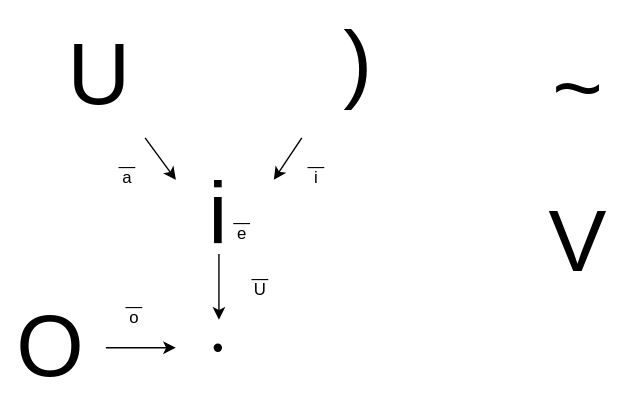
Above: drawio/简而名音标.drawio.svg in LoongLeeX/LoongLeeX.github.io (draw.io), before the change. Source tidied: cells renumbered, new cells last; positions are measured from the earlier drawing's top-left corner, leaving out a move shared by most shapes.
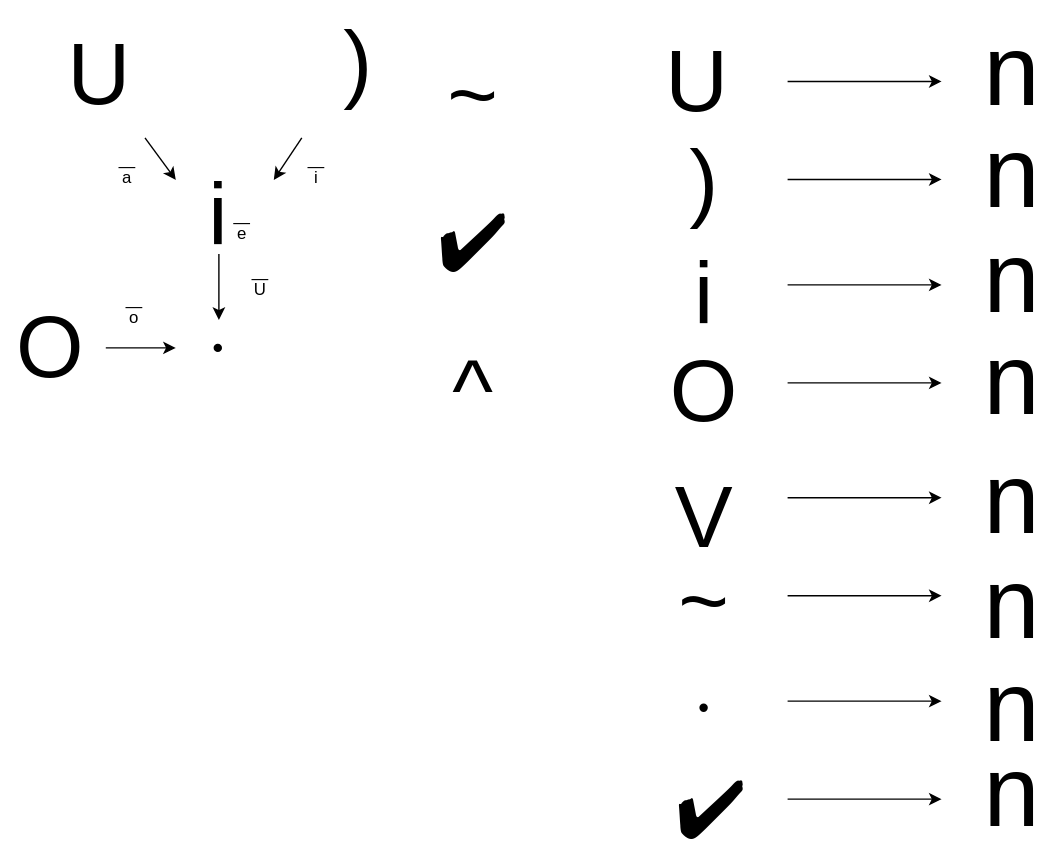
Above is the later version.

Commit message:
deploy: LoongLeeX/Blog-Hugo@3dc93d24ff51387e964cc54d32fe5365ff14962a

What changed in the source:
```diff
@@ -14,11 +14,11 @@
     <mxCell id="5" value="O" style="text;html=1;align=center;verticalAlign=middle;strokeColor=none;fillColor=none;fontSize=62;" parent="1" vertex="1">
       <mxGeometry y="203" width="70" height="90" as="geometry" />
     </mxCell>
-    <mxCell id="6" value="V" style="text;html=1;align=center;verticalAlign=middle;strokeColor=none;fillColor=none;fontSize=62;" parent="1" vertex="1">
-      <mxGeometry x="382" y="128" width="60" height="90" as="geometry" />
+    <mxCell id="6" value="✔️" style="text;html=1;align=center;verticalAlign=middle;strokeColor=none;fillColor=none;fontSize=55;" parent="1" vertex="1">
+      <mxGeometry x="297" y="130" width="80" height="80" as="geometry" />
     </mxCell>
     <mxCell id="7" value="~" style="text;html=1;align=center;verticalAlign=middle;strokeColor=none;fillColor=none;fontSize=62;" parent="1" vertex="1">
-      <mxGeometry x="382" y="18" width="60" height="90" as="geometry" />
+      <mxGeometry x="307" y="23" width="60" height="90" as="geometry" />
     </mxCell>
     <mxCell id="8" style="endArrow=classic;html=1;rounded=0;" parent="1" edge="1" source="3">
       <mxGeometry relative="1" as="geometry">
@@ -61,5 +61,104 @@
     <mxCell id="17" value="&lt;p style=&quot;line-height: 60%;&quot;&gt;—&lt;br&gt;e&lt;/p&gt;" style="text;html=1;align=center;verticalAlign=middle;strokeColor=none;fillColor=none;" parent="1" vertex="1">
       <mxGeometry x="152" y="138" width="40" height="50" as="geometry" />
     </mxCell>
+    <mxCell id="18" value="i" style="text;html=1;align=center;verticalAlign=middle;strokeColor=none;fillColor=none;fontSize=62;" parent="1" vertex="1">
+      <mxGeometry x="482" y="165" width="40" height="90" as="geometry" />
+    </mxCell>
+    <mxCell id="19" value="U" style="text;html=1;align=center;verticalAlign=middle;strokeColor=none;fillColor=none;fontSize=62;" parent="1" vertex="1">
+      <mxGeometry x="462" y="13" width="70" height="90" as="geometry" />
+    </mxCell>
+    <mxCell id="20" value=")" style="text;html=1;align=center;verticalAlign=middle;strokeColor=none;fillColor=none;fontSize=62;" parent="1" vertex="1">
+      <mxGeometry x="482" y="85" width="40" height="90" as="geometry" />
+    </mxCell>
+    <mxCell id="21" value="O" style="text;html=1;align=center;verticalAlign=middle;strokeColor=none;fillColor=none;fontSize=62;" parent="1" vertex="1">
+      <mxGeometry x="467" y="235" width="70" height="90" as="geometry" />
+    </mxCell>
+    <mxCell id="22" value="V" style="text;html=1;align=center;verticalAlign=middle;strokeColor=none;fillColor=none;fontSize=62;" parent="1" vertex="1">
+      <mxGeometry x="472" y="325" width="60" height="90" as="geometry" />
+    </mxCell>
+    <mxCell id="23" value="~" style="text;html=1;align=center;verticalAlign=middle;strokeColor=none;fillColor=none;fontSize=62;" parent="1" vertex="1">
+      <mxGeometry x="472" y="385" width="60" height="90" as="geometry" />
+    </mxCell>
+    <mxCell id="24" style="shape=waypoint;sketch=0;size=6;fillColor=none;perimeter=centerPerimeter;fontSize=27;" parent="1" vertex="1">
+      <mxGeometry x="492" y="495" width="20" height="20" as="geometry" />
+    </mxCell>
+    <mxCell id="25" style="endArrow=classic;html=1;rounded=0;" parent="1" edge="1">
+      <mxGeometry relative="1" as="geometry">
+        <mxPoint x="562" y="57.7" as="sourcePoint" />
+        <mxPoint x="672" y="57.7" as="targetPoint" />
+      </mxGeometry>
+    </mxCell>
+    <mxCell id="26" style="endArrow=classic;html=1;rounded=0;" parent="1" edge="1">
+      <mxGeometry relative="1" as="geometry">
+        <mxPoint x="562" y="127.7" as="sourcePoint" />
+        <mxPoint x="672" y="127.7" as="targetPoint" />
+      </mxGeometry>
+    </mxCell>
+    <mxCell id="27" style="endArrow=classic;html=1;rounded=0;" parent="1" edge="1">
+      <mxGeometry relative="1" as="geometry">
+        <mxPoint x="562" y="203" as="sourcePoint" />
+        <mxPoint x="672" y="203" as="targetPoint" />
+      </mxGeometry>
+    </mxCell>
+    <mxCell id="28" style="endArrow=classic;html=1;rounded=0;" parent="1" edge="1">
+      <mxGeometry relative="1" as="geometry">
+        <mxPoint x="562" y="273" as="sourcePoint" />
+        <mxPoint x="672" y="273" as="targetPoint" />
+      </mxGeometry>
+    </mxCell>
+    <mxCell id="29" style="endArrow=classic;html=1;rounded=0;" parent="1" edge="1">
+      <mxGeometry relative="1" as="geometry">
+        <mxPoint x="562" y="355" as="sourcePoint" />
+        <mxPoint x="672" y="355" as="targetPoint" />
+      </mxGeometry>
+    </mxCell>
+    <mxCell id="30" style="endArrow=classic;html=1;rounded=0;" parent="1" edge="1">
+      <mxGeometry relative="1" as="geometry">
+        <mxPoint x="562" y="425" as="sourcePoint" />
+        <mxPoint x="672" y="425" as="targetPoint" />
+      </mxGeometry>
+    </mxCell>
+    <mxCell id="31" style="endArrow=classic;html=1;rounded=0;" parent="1" edge="1">
+      <mxGeometry relative="1" as="geometry">
+        <mxPoint x="562" y="500.3" as="sourcePoint" />
+        <mxPoint x="672" y="500.3" as="targetPoint" />
+      </mxGeometry>
+    </mxCell>
+    <mxCell id="32" style="endArrow=classic;html=1;rounded=0;" parent="1" edge="1">
+      <mxGeometry relative="1" as="geometry">
+        <mxPoint x="562" y="570.3" as="sourcePoint" />
+        <mxPoint x="672" y="570.3" as="targetPoint" />
+      </mxGeometry>
+    </mxCell>
+    <mxCell id="33" value="^" style="text;html=1;align=center;verticalAlign=middle;strokeColor=none;fillColor=none;fontSize=62;" parent="1" vertex="1">
+      <mxGeometry x="312" y="235" width="50" height="90" as="geometry" />
+    </mxCell>
+    <mxCell id="34" value="n" style="text;html=1;align=center;verticalAlign=middle;strokeColor=none;fillColor=none;fontSize=72;" parent="1" vertex="1">
+      <mxGeometry x="692" width="60" height="100" as="geometry" />
+    </mxCell>
+    <mxCell id="35" value="n" style="text;html=1;align=center;verticalAlign=middle;strokeColor=none;fillColor=none;fontSize=72;" parent="1" vertex="1">
+      <mxGeometry x="692" y="73" width="60" height="100" as="geometry" />
+    </mxCell>
+    <mxCell id="36" value="n" style="text;html=1;align=center;verticalAlign=middle;strokeColor=none;fillColor=none;fontSize=72;" parent="1" vertex="1">
+      <mxGeometry x="692" y="148" width="60" height="100" as="geometry" />
+    </mxCell>
+    <mxCell id="37" value="n" style="text;html=1;align=center;verticalAlign=middle;strokeColor=none;fillColor=none;fontSize=72;" parent="1" vertex="1">
+      <mxGeometry x="692" y="221" width="60" height="100" as="geometry" />
+    </mxCell>
+    <mxCell id="38" value="n" style="text;html=1;align=center;verticalAlign=middle;strokeColor=none;fillColor=none;fontSize=72;" parent="1" vertex="1">
+      <mxGeometry x="692" y="306" width="60" height="100" as="geometry" />
+    </mxCell>
+    <mxCell id="39" value="n" style="text;html=1;align=center;verticalAlign=middle;strokeColor=none;fillColor=none;fontSize=72;" parent="1" vertex="1">
+      <mxGeometry x="692" y="381" width="60" height="100" as="geometry" />
+    </mxCell>
+    <mxCell id="40" value="n" style="text;html=1;align=center;verticalAlign=middle;strokeColor=none;fillColor=none;fontSize=72;" parent="1" vertex="1">
+      <mxGeometry x="692" y="454" width="60" height="100" as="geometry" />
+    </mxCell>
+    <mxCell id="41" value="n" style="text;html=1;align=center;verticalAlign=middle;strokeColor=none;fillColor=none;fontSize=72;" parent="1" vertex="1">
+      <mxGeometry x="692" y="515" width="60" height="100" as="geometry" />
+    </mxCell>
+    <mxCell id="42" value="✔️" style="text;html=1;align=center;verticalAlign=middle;strokeColor=none;fillColor=none;fontSize=55;" parent="1" vertex="1">
+      <mxGeometry x="467" y="535" width="80" height="80" as="geometry" />
+    </mxCell>
   </root>
 </mxGraphModel>
```
